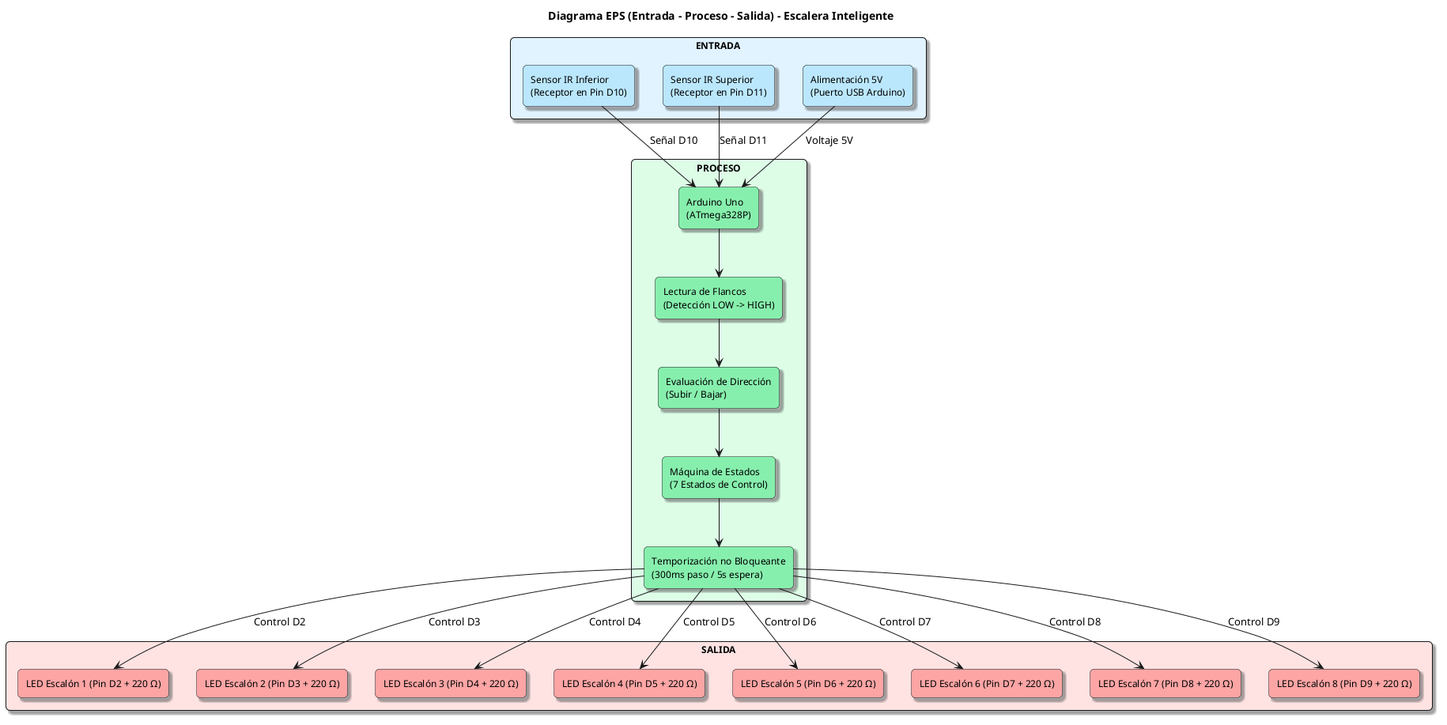
The PlantUML diagram docs/imagenes/diagrama-eps.png in Stirven0/Lus-Escaleras-Arduino, before a commit.
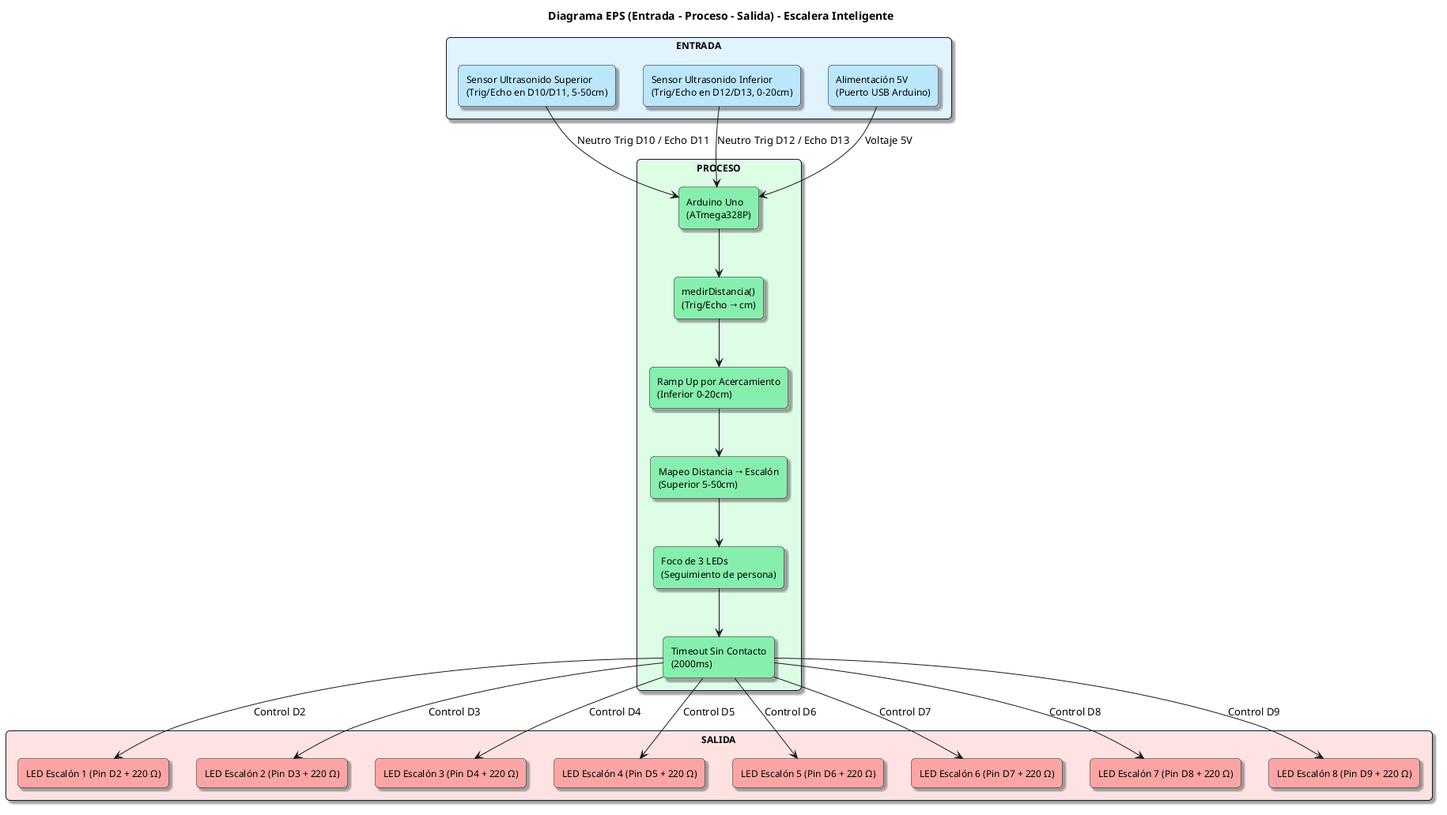
The same diagram one commit later.

The edit, as a diff of the source:
```diff
@@ -9,17 +9,18 @@
 }
 
 rectangle "ENTRADA" as entrada #E0F2FE {
-  rectangle "Sensor IR Inferior\n(Receptor en Pin D10)" as s1 #BAE6FD
-  rectangle "Sensor IR Superior\n(Receptor en Pin D11)" as s2 #BAE6FD
+  rectangle "Sensor Ultrasonido Superior\n(Trig/Echo en D10/D11, 5-50cm)" as s1 #BAE6FD
+  rectangle "Sensor Ultrasonido Inferior\n(Trig/Echo en D12/D13, 0-20cm)" as s2 #BAE6FD
   rectangle "Alimentación 5V\n(Puerto USB Arduino)" as s3 #BAE6FD
 }
 
 rectangle "PROCESO" as proceso #DCFCE7 {
   rectangle "Arduino Uno\n(ATmega328P)" as a1 #86EFAC
-  rectangle "Lectura de Flancos\n(Detección LOW -> HIGH)" as a2 #86EFAC
-  rectangle "Evaluación de Dirección\n(Subir / Bajar)" as a3 #86EFAC
-  rectangle "Máquina de Estados\n(7 Estados de Control)" as a4 #86EFAC
-  rectangle "Temporización no Bloqueante\n(300ms paso / 5s espera)" as a5 #86EFAC
+  rectangle "medirDistancia()\n(Trig/Echo → cm)" as a2 #86EFAC
+  rectangle "Ramp Up por Acercamiento\n(Inferior 0-20cm)" as a3 #86EFAC
+  rectangle "Mapeo Distancia → Escalón\n(Superior 5-50cm)" as a4 #86EFAC
+  rectangle "Foco de 3 LEDs\n(Seguimiento de persona)" as a5 #86EFAC
+  rectangle "Timeout Sin Contacto\n(2000ms)" as a6 #86EFAC
 }
 
 rectangle "SALIDA" as salida #FEE2E2 {
@@ -33,22 +34,23 @@
   rectangle "LED Escalón 8 (Pin D9 + 220 Ω)" as o8 #FCA5A5
 }
 
-s1 --> a1 : Señal D10
-s2 --> a1 : Señal D11
+s1 --> a1 : Neutro Trig D10 / Echo D11
+s2 --> a1 : Neutro Trig D12 / Echo D13
 s3 --> a1 : Voltaje 5V
 
 a1 --> a2
 a2 --> a3
 a3 --> a4
 a4 --> a5
+a5 --> a6
 
-a5 --> o1 : Control D2
-a5 --> o2 : Control D3
-a5 --> o3 : Control D4
-a5 --> o4 : Control D5
-a5 --> o5 : Control D6
-a5 --> o6 : Control D7
-a5 --> o7 : Control D8
-a5 --> o8 : Control D9
+a6 --> o1 : Control D2
+a6 --> o2 : Control D3
+a6 --> o3 : Control D4
+a6 --> o4 : Control D5
+a6 --> o5 : Control D6
+a6 --> o6 : Control D7
+a6 --> o7 : Control D8
+a6 --> o8 : Control D9
 
 @enduml
```
